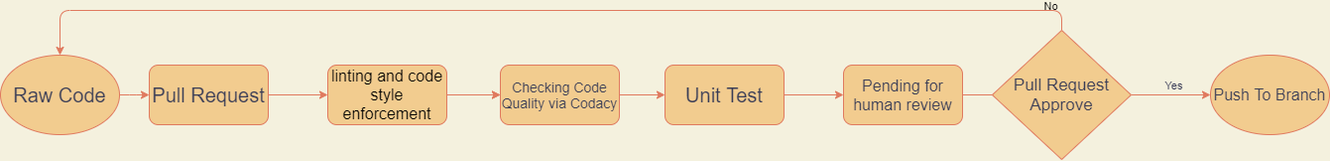
Above: admin/cipipeline/phase1.drawio.png in 12DaysOfCoding/WeTheFoodies (draw.io), before the change. Source tidied: cells renumbered, new cells last; positions are measured from the earlier drawing's top-left corner, leaving out a move shared by most shapes. Source of this version:
```xml
<mxGraphModel background="#F4F1DE">
  <root>
    <mxCell id="0" />
    <mxCell id="1" parent="0" />
    <mxCell id="2" style="edgeStyle=orthogonalEdgeStyle;jettySize=auto;html=1;exitX=1;exitY=0.5;exitDx=0;exitDy=0;entryX=0;entryY=0.5;entryDx=0;entryDy=0;strokeColor=#E07A5F;fontColor=#393C56;labelBackgroundColor=#F4F1DE;" parent="1" edge="1" source="3" target="6">
      <mxGeometry relative="1" as="geometry" />
    </mxCell>
    <mxCell id="3" value="&lt;font style=&quot;font-size: 20px&quot;&gt;Pull Request&lt;/font&gt;" style="whiteSpace=wrap;html=1;fillColor=#F2CC8F;strokeColor=#E07A5F;fontColor=#393C56;rounded=1;" parent="1" vertex="1">
      <mxGeometry x="150" y="35" width="120" height="60" as="geometry" />
    </mxCell>
    <mxCell id="4" style="edgeStyle=orthogonalEdgeStyle;rounded=0;jettySize=auto;html=1;exitX=1;exitY=0.5;exitDx=0;exitDy=0;entryX=0;entryY=0.5;entryDx=0;entryDy=0;labelBackgroundColor=#F4F1DE;strokeColor=#E07A5F;fontColor=#393C56;" parent="1" edge="1" source="6" target="15">
      <mxGeometry relative="1" as="geometry" />
    </mxCell>
    <mxCell id="5" style="edgeStyle=orthogonalEdgeStyle;rounded=0;jettySize=auto;html=1;exitX=1;exitY=0.5;exitDx=0;exitDy=0;entryX=0;entryY=0.5;entryDx=0;entryDy=0;labelBackgroundColor=#F4F1DE;strokeColor=#E07A5F;fontColor=#393C56;" parent="1" edge="1" source="6" target="15">
      <mxGeometry relative="1" as="geometry" />
    </mxCell>
    <mxCell id="6" value="&lt;span style=&quot;font-family: &amp;#34;lato extended&amp;#34; , &amp;#34;lato&amp;#34; , &amp;#34;helvetica neue&amp;#34; , &amp;#34;helvetica&amp;#34; , &amp;#34;arial&amp;#34; , sans-serif ; font-size: 16px ; text-align: left&quot;&gt;&lt;font color=&quot;#000000&quot;&gt;linting and code style enforcement&lt;/font&gt;&lt;/span&gt;" style="whiteSpace=wrap;html=1;fillColor=#F2CC8F;strokeColor=#E07A5F;fontColor=#393C56;rounded=1;" parent="1" vertex="1">
      <mxGeometry x="330" y="35" width="120" height="60" as="geometry" />
    </mxCell>
    <mxCell id="7" style="edgeStyle=orthogonalEdgeStyle;jettySize=auto;html=1;exitX=1;exitY=0.5;exitDx=0;exitDy=0;strokeColor=#E07A5F;fontColor=#393C56;labelBackgroundColor=#F4F1DE;" parent="1" edge="1" source="8" target="10">
      <mxGeometry relative="1" as="geometry" />
    </mxCell>
    <mxCell id="8" value="&lt;font style=&quot;font-size: 20px&quot;&gt;Unit Test&lt;/font&gt;" style="whiteSpace=wrap;html=1;fillColor=#F2CC8F;strokeColor=#E07A5F;fontColor=#393C56;rounded=1;" parent="1" vertex="1">
      <mxGeometry x="670" y="35" width="120" height="60" as="geometry" />
    </mxCell>
    <mxCell id="9" style="edgeStyle=orthogonalEdgeStyle;jettySize=auto;html=1;exitX=1;exitY=0.5;exitDx=0;exitDy=0;strokeColor=#E07A5F;fontColor=#393C56;labelBackgroundColor=#F4F1DE;" parent="1" edge="1" source="10">
      <mxGeometry relative="1" as="geometry">
        <mxPoint x="1080" y="65" as="targetPoint" />
      </mxGeometry>
    </mxCell>
    <mxCell id="10" value="&lt;font style=&quot;font-size: 16px&quot;&gt;Pending for human review&lt;/font&gt;" style="whiteSpace=wrap;html=1;fillColor=#F2CC8F;strokeColor=#E07A5F;fontColor=#393C56;rounded=1;" parent="1" vertex="1">
      <mxGeometry x="850" y="35" width="120" height="60" as="geometry" />
    </mxCell>
    <mxCell id="11" style="edgeStyle=orthogonalEdgeStyle;curved=0;rounded=1;sketch=0;jettySize=auto;html=1;exitX=1;exitY=0.5;exitDx=0;exitDy=0;fontColor=#393C56;strokeColor=#E07A5F;fillColor=#F2CC8F;labelBackgroundColor=#F4F1DE;" parent="1" edge="1" source="12" target="3">
      <mxGeometry relative="1" as="geometry" />
    </mxCell>
    <mxCell id="12" value="&lt;font style=&quot;font-size: 20px&quot;&gt;Raw Code&lt;/font&gt;" style="ellipse;whiteSpace=wrap;html=1;fillColor=#F2CC8F;strokeColor=#E07A5F;fontColor=#393C56;" parent="1" vertex="1">
      <mxGeometry y="25" width="120" height="80" as="geometry" />
    </mxCell>
    <mxCell id="13" value="&lt;font style=&quot;font-size: 16px&quot;&gt;Push To Branch&lt;/font&gt;" style="ellipse;whiteSpace=wrap;html=1;rounded=0;sketch=0;fontColor=#393C56;strokeColor=#E07A5F;fillColor=#F2CC8F;" parent="1" vertex="1">
      <mxGeometry x="1220" y="25" width="120" height="80" as="geometry" />
    </mxCell>
    <mxCell id="14" style="edgeStyle=orthogonalEdgeStyle;curved=0;rounded=1;sketch=0;jettySize=auto;html=1;exitX=1;exitY=0.5;exitDx=0;exitDy=0;fontColor=#393C56;strokeColor=#E07A5F;fillColor=#F2CC8F;" parent="1" edge="1" source="15" target="8">
      <mxGeometry relative="1" as="geometry" />
    </mxCell>
    <mxCell id="15" value="&lt;font style=&quot;font-size: 14px&quot;&gt;Checking Code Quality via Codacy&lt;/font&gt;" style="rounded=1;whiteSpace=wrap;html=1;fillColor=#F2CC8F;strokeColor=#E07A5F;fontColor=#393C56;" parent="1" vertex="1">
      <mxGeometry x="504" y="35" width="120" height="60" as="geometry" />
    </mxCell>
    <mxCell id="16" style="edgeStyle=orthogonalEdgeStyle;curved=0;rounded=1;sketch=0;jettySize=auto;html=1;exitX=0.5;exitY=0;exitDx=0;exitDy=0;entryX=0.5;entryY=0;entryDx=0;entryDy=0;fontColor=#393C56;strokeColor=#E07A5F;fillColor=#F2CC8F;" parent="1" edge="1" source="20" target="12">
      <mxGeometry relative="1" as="geometry" />
    </mxCell>
    <mxCell id="17" value="&lt;font color=&quot;#030303&quot;&gt;No&lt;/font&gt;" style="edgeLabel;html=1;align=center;verticalAlign=middle;fontColor=#393C56;labelBackgroundColor=none;" parent="16" vertex="1">
      <mxGeometry x="-0.82" y="3" relative="1" as="geometry">
        <mxPoint x="63" y="-8" as="offset" />
      </mxGeometry>
    </mxCell>
    <mxCell id="18" style="edgeStyle=orthogonalEdgeStyle;curved=0;rounded=1;sketch=0;jettySize=auto;html=1;exitX=1;exitY=0.5;exitDx=0;exitDy=0;fontColor=#393C56;strokeColor=#E07A5F;fillColor=#F2CC8F;" parent="1" edge="1" source="20" target="13">
      <mxGeometry relative="1" as="geometry" />
    </mxCell>
    <mxCell id="19" value="Yes" style="edgeLabel;html=1;align=center;verticalAlign=middle;fontColor=#393C56;labelBackgroundColor=none;" parent="18" vertex="1">
      <mxGeometry x="-0.24" y="1" relative="1" as="geometry">
        <mxPoint x="12" y="-9" as="offset" />
      </mxGeometry>
    </mxCell>
    <mxCell id="20" value="&lt;span style=&quot;font-size: 17px&quot;&gt;Pull Request Approve&lt;/span&gt;" style="rhombus;whiteSpace=wrap;html=1;rounded=0;sketch=0;fontColor=#393C56;strokeColor=#E07A5F;fillColor=#F2CC8F;" parent="1" vertex="1">
      <mxGeometry x="1000" width="140" height="130" as="geometry" />
    </mxCell>
  </root>
</mxGraphModel>
```
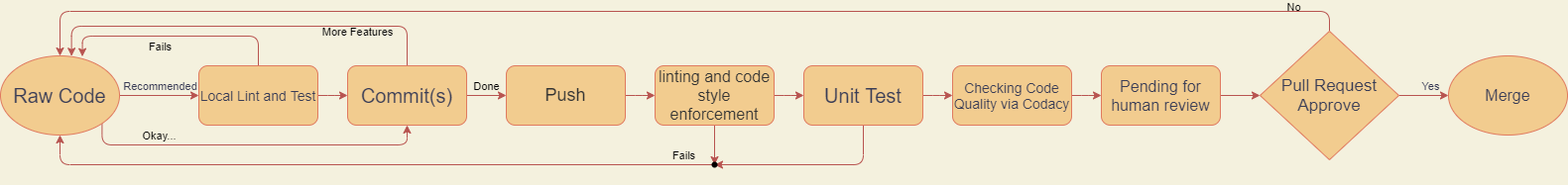
After the commit.

Change to the diagram source:
```diff
@@ -2,51 +2,92 @@
   <root>
     <mxCell id="0" />
     <mxCell id="1" parent="0" />
-    <mxCell id="2" style="edgeStyle=orthogonalEdgeStyle;jettySize=auto;html=1;exitX=1;exitY=0.5;exitDx=0;exitDy=0;entryX=0;entryY=0.5;entryDx=0;entryDy=0;strokeColor=#E07A5F;fontColor=#393C56;labelBackgroundColor=#F4F1DE;" parent="1" edge="1" source="3" target="6">
-      <mxGeometry relative="1" as="geometry" />
-    </mxCell>
+    <mxCell id="21" style="edgeStyle=orthogonalEdgeStyle;rounded=1;jettySize=auto;html=1;startArrow=none;startFill=0;endArrow=classic;endFill=1;fillColor=#f8cecc;strokeColor=#b85450;" parent="1" edge="1" source="3" target="39">
+      <mxGeometry relative="1" as="geometry" />
+    </mxCell>
+    <mxCell id="22" value="Done" style="edgeLabel;html=1;align=center;verticalAlign=middle;labelBackgroundColor=none;" parent="21" vertex="1">
+      <mxGeometry x="-0.83" relative="1" as="geometry">
+        <mxPoint x="16" y="-10" as="offset" />
+      </mxGeometry>
+    </mxCell>
+    <mxCell id="23" style="edgeStyle=orthogonalEdgeStyle;rounded=1;jettySize=auto;html=1;entryX=0.597;entryY=0.003;entryDx=0;entryDy=0;entryPerimeter=0;startArrow=none;startFill=0;endArrow=classic;endFill=1;fillColor=#f8cecc;strokeColor=#b85450;" parent="1" edge="1" source="3" target="12">
+      <mxGeometry relative="1" as="geometry">
+        <Array as="points">
+          <mxPoint x="410" y="-5" />
+          <mxPoint x="72" y="-5" />
+        </Array>
+      </mxGeometry>
+    </mxCell>
+    <mxCell id="24" value="More Features" style="edgeLabel;html=1;align=center;verticalAlign=middle;labelBackgroundColor=none;" parent="23" vertex="1">
+      <mxGeometry x="-0.65" y="1" relative="1" as="geometry">
+        <mxPoint x="-20" y="4" as="offset" />
+      </mxGeometry>
+    </mxCell>
-    <mxCell id="3" value="&lt;font style=&quot;font-size: 20px&quot;&gt;Pull Request&lt;/font&gt;" style="whiteSpace=wrap;html=1;fillColor=#F2CC8F;strokeColor=#E07A5F;fontColor=#393C56;rounded=1;" parent="1" vertex="1">
-      <mxGeometry x="150" y="35" width="120" height="60" as="geometry" />
+    <mxCell id="3" value="&lt;font style=&quot;font-size: 20px&quot;&gt;Commit(s)&lt;/font&gt;" style="whiteSpace=wrap;html=1;fillColor=#F2CC8F;strokeColor=#E07A5F;fontColor=#393C56;rounded=1;" parent="1" vertex="1">
+      <mxGeometry x="350" y="35" width="120" height="60" as="geometry" />
     </mxCell>
-    <mxCell id="4" style="edgeStyle=orthogonalEdgeStyle;rounded=0;jettySize=auto;html=1;exitX=1;exitY=0.5;exitDx=0;exitDy=0;entryX=0;entryY=0.5;entryDx=0;entryDy=0;labelBackgroundColor=#F4F1DE;strokeColor=#E07A5F;fontColor=#393C56;" parent="1" edge="1" source="6" target="15">
-      <mxGeometry relative="1" as="geometry" />
-    </mxCell>
-    <mxCell id="5" style="edgeStyle=orthogonalEdgeStyle;rounded=0;jettySize=auto;html=1;exitX=1;exitY=0.5;exitDx=0;exitDy=0;entryX=0;entryY=0.5;entryDx=0;entryDy=0;labelBackgroundColor=#F4F1DE;strokeColor=#E07A5F;fontColor=#393C56;" parent="1" edge="1" source="6" target="15">
-      <mxGeometry relative="1" as="geometry" />
-    </mxCell>
+    <mxCell id="25" style="edgeStyle=orthogonalEdgeStyle;rounded=1;jettySize=auto;html=1;startArrow=none;startFill=0;endArrow=classic;endFill=1;fillColor=#f8cecc;strokeColor=#b85450;exitX=1;exitY=0.5;exitDx=0;exitDy=0;" parent="1" edge="1" source="6" target="8">
+      <mxGeometry relative="1" as="geometry" />
+    </mxCell>
+    <mxCell id="26" style="edgeStyle=orthogonalEdgeStyle;rounded=1;jettySize=auto;html=1;startArrow=none;startFill=0;endArrow=classic;endFill=1;fillColor=#f8cecc;strokeColor=#b85450;" parent="1" edge="1" source="6" target="42">
+      <mxGeometry relative="1" as="geometry" />
+    </mxCell>
-    <mxCell id="6" value="&lt;span style=&quot;font-family: &amp;#34;lato extended&amp;#34; , &amp;#34;lato&amp;#34; , &amp;#34;helvetica neue&amp;#34; , &amp;#34;helvetica&amp;#34; , &amp;#34;arial&amp;#34; , sans-serif ; font-size: 16px ; text-align: left&quot;&gt;&lt;font color=&quot;#000000&quot;&gt;linting and code style enforcement&lt;/font&gt;&lt;/span&gt;" style="whiteSpace=wrap;html=1;fillColor=#F2CC8F;strokeColor=#E07A5F;fontColor=#393C56;rounded=1;" parent="1" vertex="1">
-      <mxGeometry x="330" y="35" width="120" height="60" as="geometry" />
+    <mxCell id="6" value="&lt;span style=&quot;font-family: &amp;#34;lato extended&amp;#34; , &amp;#34;lato&amp;#34; , &amp;#34;helvetica neue&amp;#34; , &amp;#34;helvetica&amp;#34; , &amp;#34;arial&amp;#34; , sans-serif ; text-align: left&quot;&gt;&lt;font style=&quot;font-size: 16px&quot; color=&quot;#333333&quot;&gt;linting and code style enforcement&lt;/font&gt;&lt;/span&gt;" style="whiteSpace=wrap;html=1;fillColor=#F2CC8F;strokeColor=#E07A5F;fontColor=#393C56;rounded=1;" parent="1" vertex="1">
+      <mxGeometry x="660" y="35" width="120" height="60" as="geometry" />
     </mxCell>
-    <mxCell id="7" style="edgeStyle=orthogonalEdgeStyle;jettySize=auto;html=1;exitX=1;exitY=0.5;exitDx=0;exitDy=0;strokeColor=#E07A5F;fontColor=#393C56;labelBackgroundColor=#F4F1DE;" parent="1" edge="1" source="8" target="10">
-      <mxGeometry relative="1" as="geometry" />
-    </mxCell>
+    <mxCell id="27" style="edgeStyle=orthogonalEdgeStyle;rounded=1;jettySize=auto;html=1;startArrow=none;startFill=0;endArrow=classic;endFill=1;fillColor=#f8cecc;strokeColor=#b85450;" parent="1" edge="1" source="8" target="15">
+      <mxGeometry relative="1" as="geometry" />
+    </mxCell>
+    <mxCell id="28" style="edgeStyle=orthogonalEdgeStyle;rounded=1;jettySize=auto;html=1;entryX=0.715;entryY=0.685;entryDx=0;entryDy=0;entryPerimeter=0;startArrow=none;startFill=0;endArrow=classic;endFill=1;fillColor=#f8cecc;strokeColor=#b85450;" parent="1" edge="1" source="8" target="42">
+      <mxGeometry relative="1" as="geometry">
+        <Array as="points">
+          <mxPoint x="870" y="135" />
+        </Array>
+      </mxGeometry>
+    </mxCell>
     <mxCell id="8" value="&lt;font style=&quot;font-size: 20px&quot;&gt;Unit Test&lt;/font&gt;" style="whiteSpace=wrap;html=1;fillColor=#F2CC8F;strokeColor=#E07A5F;fontColor=#393C56;rounded=1;" parent="1" vertex="1">
-      <mxGeometry x="670" y="35" width="120" height="60" as="geometry" />
+      <mxGeometry x="810" y="35" width="120" height="60" as="geometry" />
     </mxCell>
-    <mxCell id="9" style="edgeStyle=orthogonalEdgeStyle;jettySize=auto;html=1;exitX=1;exitY=0.5;exitDx=0;exitDy=0;strokeColor=#E07A5F;fontColor=#393C56;labelBackgroundColor=#F4F1DE;" parent="1" edge="1" source="10">
-      <mxGeometry relative="1" as="geometry">
-        <mxPoint x="1080" y="65" as="targetPoint" />
-      </mxGeometry>
-    </mxCell>
+    <mxCell id="29" style="edgeStyle=orthogonalEdgeStyle;rounded=1;jettySize=auto;html=1;startArrow=none;startFill=0;endArrow=classic;endFill=1;fillColor=#f8cecc;strokeColor=#b85450;" parent="1" edge="1" source="10" target="20">
+      <mxGeometry relative="1" as="geometry" />
+    </mxCell>
     <mxCell id="10" value="&lt;font style=&quot;font-size: 16px&quot;&gt;Pending for human review&lt;/font&gt;" style="whiteSpace=wrap;html=1;fillColor=#F2CC8F;strokeColor=#E07A5F;fontColor=#393C56;rounded=1;" parent="1" vertex="1">
-      <mxGeometry x="850" y="35" width="120" height="60" as="geometry" />
+      <mxGeometry x="1110" y="35" width="120" height="60" as="geometry" />
     </mxCell>
+    <mxCell id="30" style="edgeStyle=orthogonalEdgeStyle;rounded=1;jettySize=auto;html=1;fillColor=#f8cecc;strokeColor=#b85450;" parent="1" edge="1" source="12" target="37">
+      <mxGeometry relative="1" as="geometry" />
+    </mxCell>
+    <mxCell id="31" value="&lt;span style=&quot;color: rgb(57 , 60 , 86)&quot;&gt;&lt;font style=&quot;font-size: 11px&quot;&gt;Recommended&lt;/font&gt;&lt;/span&gt;" style="edgeLabel;html=1;align=center;verticalAlign=middle;labelBackgroundColor=none;" parent="30" vertex="1">
+      <mxGeometry x="0.25" relative="1" as="geometry">
+        <mxPoint x="-10" y="-10" as="offset" />
+      </mxGeometry>
+    </mxCell>
-    <mxCell id="11" style="edgeStyle=orthogonalEdgeStyle;curved=0;rounded=1;sketch=0;jettySize=auto;html=1;exitX=1;exitY=0.5;exitDx=0;exitDy=0;fontColor=#393C56;strokeColor=#E07A5F;fillColor=#F2CC8F;labelBackgroundColor=#F4F1DE;" parent="1" edge="1" source="12" target="3">
-      <mxGeometry relative="1" as="geometry" />
+    <mxCell id="11" style="edgeStyle=orthogonalEdgeStyle;rounded=1;jettySize=auto;html=1;exitX=1;exitY=1;exitDx=0;exitDy=0;entryX=0.5;entryY=1;entryDx=0;entryDy=0;fillColor=#f8cecc;strokeColor=#b85450;" parent="1" edge="1" source="12" target="3">
+      <mxGeometry relative="1" as="geometry">
+        <Array as="points">
+          <mxPoint x="102" y="115" />
+          <mxPoint x="410" y="115" />
+        </Array>
+      </mxGeometry>
     </mxCell>
+    <mxCell id="32" value="Okay..." style="edgeLabel;html=1;align=center;verticalAlign=middle;labelBackgroundColor=none;" parent="11" vertex="1">
+      <mxGeometry x="0.05" y="-2" relative="1" as="geometry">
+        <mxPoint x="-105" y="-12" as="offset" />
+      </mxGeometry>
+    </mxCell>
     <mxCell id="12" value="&lt;font style=&quot;font-size: 20px&quot;&gt;Raw Code&lt;/font&gt;" style="ellipse;whiteSpace=wrap;html=1;fillColor=#F2CC8F;strokeColor=#E07A5F;fontColor=#393C56;" parent="1" vertex="1">
       <mxGeometry y="25" width="120" height="80" as="geometry" />
     </mxCell>
-    <mxCell id="13" value="&lt;font style=&quot;font-size: 16px&quot;&gt;Push To Branch&lt;/font&gt;" style="ellipse;whiteSpace=wrap;html=1;rounded=0;sketch=0;fontColor=#393C56;strokeColor=#E07A5F;fillColor=#F2CC8F;" parent="1" vertex="1">
-      <mxGeometry x="1220" y="25" width="120" height="80" as="geometry" />
+    <mxCell id="13" value="&lt;font style=&quot;font-size: 16px&quot;&gt;Merge&lt;/font&gt;" style="ellipse;whiteSpace=wrap;html=1;rounded=0;sketch=0;fontColor=#393C56;strokeColor=#E07A5F;fillColor=#F2CC8F;" parent="1" vertex="1">
+      <mxGeometry x="1460" y="25" width="120" height="80" as="geometry" />
     </mxCell>
-    <mxCell id="14" style="edgeStyle=orthogonalEdgeStyle;curved=0;rounded=1;sketch=0;jettySize=auto;html=1;exitX=1;exitY=0.5;exitDx=0;exitDy=0;fontColor=#393C56;strokeColor=#E07A5F;fillColor=#F2CC8F;" parent="1" edge="1" source="15" target="8">
-      <mxGeometry relative="1" as="geometry" />
-    </mxCell>
+    <mxCell id="33" style="edgeStyle=orthogonalEdgeStyle;rounded=1;jettySize=auto;html=1;startArrow=none;startFill=0;endArrow=classic;endFill=1;fillColor=#f8cecc;strokeColor=#b85450;" parent="1" edge="1" source="15" target="10">
+      <mxGeometry relative="1" as="geometry" />
+    </mxCell>
     <mxCell id="15" value="&lt;font style=&quot;font-size: 14px&quot;&gt;Checking Code Quality via Codacy&lt;/font&gt;" style="rounded=1;whiteSpace=wrap;html=1;fillColor=#F2CC8F;strokeColor=#E07A5F;fontColor=#393C56;" parent="1" vertex="1">
-      <mxGeometry x="504" y="35" width="120" height="60" as="geometry" />
+      <mxGeometry x="960" y="35" width="120" height="60" as="geometry" />
     </mxCell>
-    <mxCell id="16" style="edgeStyle=orthogonalEdgeStyle;curved=0;rounded=1;sketch=0;jettySize=auto;html=1;exitX=0.5;exitY=0;exitDx=0;exitDy=0;entryX=0.5;entryY=0;entryDx=0;entryDy=0;fontColor=#393C56;strokeColor=#E07A5F;fillColor=#F2CC8F;" parent="1" edge="1" source="20" target="12">
+    <mxCell id="16" style="edgeStyle=orthogonalEdgeStyle;curved=0;rounded=1;sketch=0;jettySize=auto;html=1;exitX=0.5;exitY=0;exitDx=0;exitDy=0;entryX=0.5;entryY=0;entryDx=0;entryDy=0;fontColor=#393C56;strokeColor=#b85450;fillColor=#f8cecc;" parent="1" edge="1" source="20" target="12">
       <mxGeometry relative="1" as="geometry" />
     </mxCell>
     <mxCell id="17" value="&lt;font color=&quot;#030303&quot;&gt;No&lt;/font&gt;" style="edgeLabel;html=1;align=center;verticalAlign=middle;fontColor=#393C56;labelBackgroundColor=none;" parent="16" vertex="1">
@@ -54,7 +95,7 @@
         <mxPoint x="63" y="-8" as="offset" />
       </mxGeometry>
     </mxCell>
-    <mxCell id="18" style="edgeStyle=orthogonalEdgeStyle;curved=0;rounded=1;sketch=0;jettySize=auto;html=1;exitX=1;exitY=0.5;exitDx=0;exitDy=0;fontColor=#393C56;strokeColor=#E07A5F;fillColor=#F2CC8F;" parent="1" edge="1" source="20" target="13">
+    <mxCell id="18" style="edgeStyle=orthogonalEdgeStyle;curved=0;rounded=1;sketch=0;jettySize=auto;html=1;exitX=1;exitY=0.5;exitDx=0;exitDy=0;fontColor=#393C56;strokeColor=#b85450;fillColor=#f8cecc;" parent="1" edge="1" source="20" target="13">
       <mxGeometry relative="1" as="geometry" />
     </mxCell>
     <mxCell id="19" value="Yes" style="edgeLabel;html=1;align=center;verticalAlign=middle;fontColor=#393C56;labelBackgroundColor=none;" parent="18" vertex="1">
@@ -63,7 +104,43 @@
       </mxGeometry>
     </mxCell>
     <mxCell id="20" value="&lt;span style=&quot;font-size: 17px&quot;&gt;Pull Request Approve&lt;/span&gt;" style="rhombus;whiteSpace=wrap;html=1;rounded=0;sketch=0;fontColor=#393C56;strokeColor=#E07A5F;fillColor=#F2CC8F;" parent="1" vertex="1">
-      <mxGeometry x="1000" width="140" height="130" as="geometry" />
+      <mxGeometry x="1270" width="140" height="130" as="geometry" />
     </mxCell>
+    <mxCell id="34" style="edgeStyle=orthogonalEdgeStyle;rounded=1;jettySize=auto;html=1;entryX=0.688;entryY=0.008;entryDx=0;entryDy=0;entryPerimeter=0;fillColor=#f8cecc;strokeColor=#b85450;exitX=0.5;exitY=0;exitDx=0;exitDy=0;" parent="1" edge="1" source="37" target="12">
+      <mxGeometry relative="1" as="geometry">
+        <Array as="points">
+          <mxPoint x="260" y="5" />
+          <mxPoint x="83" y="5" />
+        </Array>
+      </mxGeometry>
+    </mxCell>
+    <mxCell id="35" value="Fails" style="edgeLabel;html=1;align=center;verticalAlign=middle;labelBackgroundColor=none;" parent="34" vertex="1">
+      <mxGeometry x="-0.27" relative="1" as="geometry">
+        <mxPoint x="-47" y="10" as="offset" />
+      </mxGeometry>
+    </mxCell>
+    <mxCell id="36" style="edgeStyle=orthogonalEdgeStyle;rounded=1;jettySize=auto;html=1;fillColor=#f8cecc;strokeColor=#b85450;" parent="1" edge="1" source="37" target="3">
+      <mxGeometry relative="1" as="geometry" />
+    </mxCell>
+    <mxCell id="37" value="&lt;font style=&quot;font-size: 14px&quot;&gt;Local Lint and Test&lt;/font&gt;" style="whiteSpace=wrap;html=1;fillColor=#F2CC8F;strokeColor=#E07A5F;fontColor=#393C56;rounded=1;fontSize=16;" parent="1" vertex="1">
+      <mxGeometry x="200" y="35" width="120" height="60" as="geometry" />
+    </mxCell>
+    <mxCell id="38" style="edgeStyle=orthogonalEdgeStyle;rounded=1;jettySize=auto;html=1;startArrow=none;startFill=0;endArrow=classic;endFill=1;fillColor=#f8cecc;strokeColor=#b85450;" parent="1" edge="1" source="39" target="6">
+      <mxGeometry relative="1" as="geometry" />
+    </mxCell>
+    <mxCell id="39" value="&lt;span style=&quot;font-family: &amp;#34;lato extended&amp;#34; , &amp;#34;lato&amp;#34; , &amp;#34;helvetica neue&amp;#34; , &amp;#34;helvetica&amp;#34; , &amp;#34;arial&amp;#34; , sans-serif ; text-align: left&quot;&gt;&lt;font style=&quot;font-size: 18px&quot; color=&quot;#333333&quot;&gt;Push&lt;/font&gt;&lt;/span&gt;" style="whiteSpace=wrap;html=1;fillColor=#F2CC8F;strokeColor=#E07A5F;fontColor=#393C56;rounded=1;" parent="1" vertex="1">
+      <mxGeometry x="510" y="35" width="120" height="60" as="geometry" />
+    </mxCell>
+    <mxCell id="40" style="edgeStyle=orthogonalEdgeStyle;rounded=1;jettySize=auto;html=1;entryX=0.5;entryY=1;entryDx=0;entryDy=0;startArrow=none;startFill=0;endArrow=classic;endFill=1;fillColor=#f8cecc;strokeColor=#b85450;" parent="1" edge="1" source="42" target="12">
+      <mxGeometry relative="1" as="geometry" />
+    </mxCell>
+    <mxCell id="41" value="Fails" style="edgeLabel;html=1;align=center;verticalAlign=middle;labelBackgroundColor=none;" parent="40" vertex="1">
+      <mxGeometry x="-0.65" y="2" relative="1" as="geometry">
+        <mxPoint x="90" y="-12" as="offset" />
+      </mxGeometry>
+    </mxCell>
+    <mxCell id="42" style="shape=waypoint;sketch=0;fillStyle=solid;size=6;points=[];fillColor=none;perimeter=centerPerimeter;snapToPoint=1;labelBackgroundColor=none;" parent="1" vertex="1">
+      <mxGeometry x="700" y="115" width="40" height="40" as="geometry" />
+    </mxCell>
   </root>
 </mxGraphModel>
```
